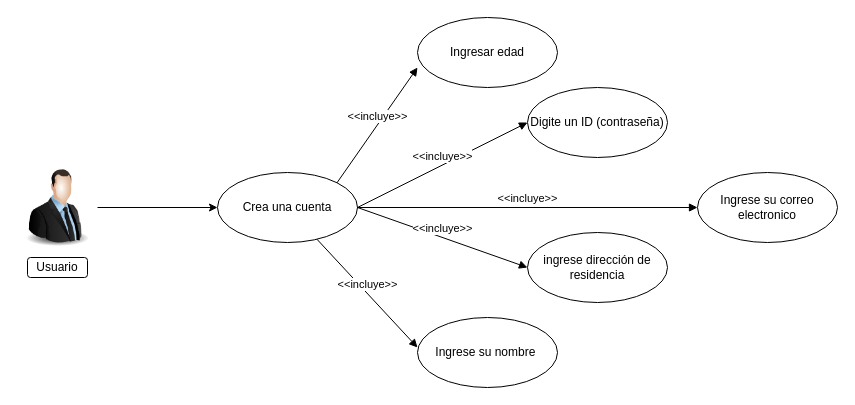
Above: CU Registro de usuario.drawio in Juan-caeres/Agrometeorologia (draw.io), before the change. Source tidied: cells renumbered, new cells numbered last; positions are measured from the earlier drawing's top-left corner, leaving out a move shared by most shapes. Both pictures are drawn from the tidied source at 100%, with x=0, y=0 at pixel (17, 17).
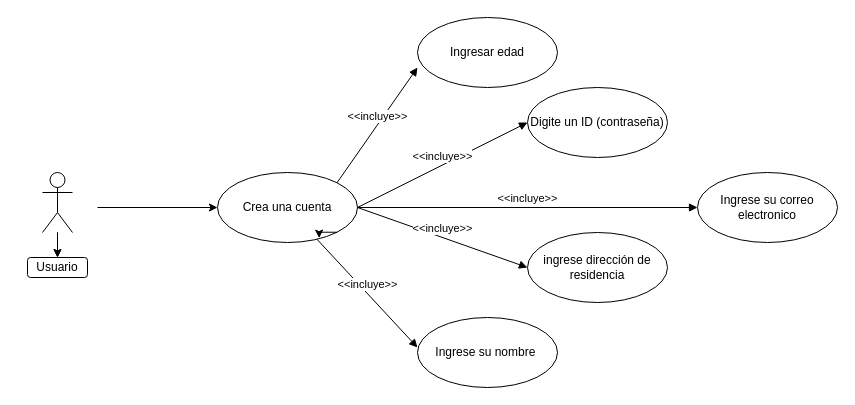
The same diagram, later.

Unchanged cells that the change refers to:
```xml
<mxCell id="2" value="Usuario" style="rounded=1;whiteSpace=wrap;html=1;" parent="1" vertex="1">
  <mxGeometry x="10" y="240" width="60" height="20" as="geometry" />
</mxCell>
<mxCell id="5" value="Crea una cuenta" style="ellipse;whiteSpace=wrap;html=1;" parent="1" vertex="1">
  <mxGeometry x="200" y="155" width="140" height="70" as="geometry" />
</mxCell>
```

Diff of the diagram source:
```diff
@@
-    <mxCell id="3" style="image;html=1;image=img/lib/clip_art/people/Suit_Man_128x128.png;" parent="1" vertex="1">
-      <mxGeometry y="150" width="80" height="80" as="geometry" />
-    </mxCell>
-    <mxCell id="4" style="endArrow=classic;html=1;rounded=0;exitX=1;exitY=0.5;exitDx=0;exitDy=0;" parent="1" edge="1" source="3">
+    <mxCell id="4" style="endArrow=classic;html=1;rounded=0;exitX=1;exitY=0.5;exitDx=0;exitDy=0;" parent="1" edge="1">
       <mxGeometry relative="1" as="geometry">
+        <mxPoint x="80" y="190" as="sourcePoint" />
         <mxPoint x="200" y="190" as="targetPoint" />
       </mxGeometry>
     </mxCell>
@@
+    <mxCell id="16" style="edgeStyle=orthogonalEdgeStyle;rounded=0;jettySize=auto;html=1;" parent="1" edge="1" source="18" target="2">
+      <mxGeometry relative="1" as="geometry" />
+    </mxCell>
+    <mxCell id="17" style="edgeStyle=orthogonalEdgeStyle;rounded=0;jettySize=auto;html=1;" parent="1" edge="1" source="18" target="2">
+      <mxGeometry relative="1" as="geometry" />
+    </mxCell>
+    <mxCell id="18" style="shape=umlActor;verticalLabelPosition=bottom;verticalAlign=top;html=1;outlineConnect=0;" parent="1" vertex="1">
+      <mxGeometry x="25" y="155" width="30" height="60" as="geometry" />
+    </mxCell>
+    <mxCell id="19" style="edgeStyle=orthogonalEdgeStyle;rounded=0;orthogonalLoop=1;jettySize=auto;html=1;exitX=1;exitY=1;exitDx=0;exitDy=0;entryX=0.726;entryY=0.937;entryDx=0;entryDy=0;entryPerimeter=0;" parent="1" edge="1" source="5" target="5">
+      <mxGeometry relative="1" as="geometry" />
+    </mxCell>
```
